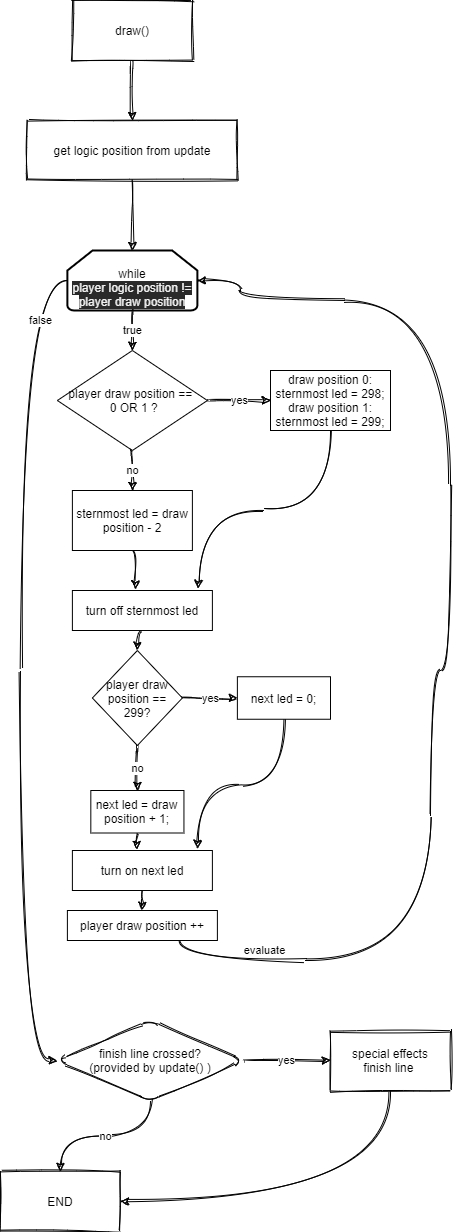
This is Doku/Diagramme/function_drawV2.png from cptwtf/ledrace, a draw.io export, as it was before one commit. Source tidied: cells renumbered, new cells last; positions are measured from the earlier drawing's top-left corner, leaving out a move shared by most shapes. The source it was exported from:
```xml
<mxGraphModel>
  <root>
    <mxCell id="0" />
    <mxCell id="1" parent="0" />
    <mxCell id="2" style="edgeStyle=orthogonalEdgeStyle;curved=1;rounded=1;sketch=1;jettySize=auto;html=1;entryX=0.5;entryY=0;entryDx=0;entryDy=0;shadow=0;" parent="1" edge="1" source="3" target="5">
      <mxGeometry relative="1" as="geometry" />
    </mxCell>
    <mxCell id="3" value="draw()" style="rounded=0;whiteSpace=wrap;html=1;shadow=0;sketch=1;" parent="1" vertex="1">
      <mxGeometry x="71.9" width="120" height="60" as="geometry" />
    </mxCell>
    <mxCell id="4" style="edgeStyle=orthogonalEdgeStyle;curved=1;rounded=1;sketch=1;jettySize=auto;html=1;exitX=0.5;exitY=1;exitDx=0;exitDy=0;shadow=0;entryX=0.5;entryY=0;entryDx=0;entryDy=0;entryPerimeter=0;" parent="1" edge="1" source="5" target="13">
      <mxGeometry relative="1" as="geometry" />
    </mxCell>
    <mxCell id="5" value="get logic position from update" style="rounded=0;whiteSpace=wrap;html=1;shadow=0;sketch=1;" parent="1" vertex="1">
      <mxGeometry x="26.9" y="120" width="210" height="60" as="geometry" />
    </mxCell>
    <mxCell id="6" value="yes" style="edgeStyle=orthogonalEdgeStyle;curved=1;rounded=1;sketch=1;jettySize=auto;html=1;exitX=1;exitY=0.5;exitDx=0;exitDy=0;entryX=0;entryY=0.5;entryDx=0;entryDy=0;shadow=0;" parent="1" edge="1" source="8" target="10">
      <mxGeometry relative="1" as="geometry" />
    </mxCell>
    <mxCell id="7" value="no" style="edgeStyle=orthogonalEdgeStyle;curved=1;rounded=1;sketch=1;jettySize=auto;html=1;exitX=0.5;exitY=1;exitDx=0;exitDy=0;shadow=0;entryX=0.5;entryY=0;entryDx=0;entryDy=0;" parent="1" edge="1" source="8" target="11">
      <mxGeometry relative="1" as="geometry" />
    </mxCell>
    <mxCell id="8" value="finish line crossed?&lt;br&gt;(provided by update() )" style="rhombus;whiteSpace=wrap;html=1;rounded=1;shadow=0;sketch=1;" parent="1" vertex="1">
      <mxGeometry x="56.9" y="1020" width="186.2" height="80" as="geometry" />
    </mxCell>
    <mxCell id="9" style="edgeStyle=orthogonalEdgeStyle;curved=1;rounded=1;sketch=1;jettySize=auto;html=1;exitX=0.5;exitY=1;exitDx=0;exitDy=0;entryX=1;entryY=0.5;entryDx=0;entryDy=0;shadow=0;" parent="1" edge="1" source="10" target="11">
      <mxGeometry relative="1" as="geometry" />
    </mxCell>
    <mxCell id="10" value="special effects&lt;br&gt;finish line&amp;nbsp;" style="rounded=0;whiteSpace=wrap;html=1;shadow=0;sketch=1;" parent="1" vertex="1">
      <mxGeometry x="330" y="1030" width="120" height="60" as="geometry" />
    </mxCell>
    <mxCell id="11" value="END" style="rounded=0;whiteSpace=wrap;html=1;shadow=0;sketch=1;" parent="1" vertex="1">
      <mxGeometry y="1171" width="120" height="60" as="geometry" />
    </mxCell>
    <mxCell id="12" value="false" style="edgeStyle=orthogonalEdgeStyle;curved=1;sketch=1;jettySize=auto;html=1;exitX=0;exitY=0.5;exitDx=0;exitDy=0;exitPerimeter=0;entryX=0;entryY=0.5;entryDx=0;entryDy=0;shadow=0;" parent="1" edge="1" source="13" target="8">
      <mxGeometry x="-0.8" y="20" relative="1" as="geometry">
        <Array as="points">
          <mxPoint x="20" y="280" />
          <mxPoint x="20" y="1060" />
        </Array>
      </mxGeometry>
    </mxCell>
    <mxCell id="13" value="&lt;br&gt;while&lt;br&gt;&lt;span style=&quot;color: rgb(240 , 240 , 240) ; font-family: &amp;#34;helvetica&amp;#34; ; font-size: 12px ; font-style: normal ; font-weight: 400 ; letter-spacing: normal ; text-align: center ; text-indent: 0px ; text-transform: none ; word-spacing: 0px ; background-color: rgb(42 , 42 , 42) ; display: inline ; float: none&quot;&gt;player logic position != player draw position&lt;/span&gt;" style="strokeWidth=2;html=1;shape=mxgraph.flowchart.loop_limit;whiteSpace=wrap;" parent="1" vertex="1">
      <mxGeometry x="66.9" y="250" width="130" height="60" as="geometry" />
    </mxCell>
    <mxCell id="14" value="evaluate" style="edgeStyle=orthogonalEdgeStyle;curved=1;sketch=1;jettySize=auto;html=1;entryX=1;entryY=0.5;entryDx=0;entryDy=0;entryPerimeter=0;shadow=0;exitX=0.75;exitY=1;exitDx=0;exitDy=0;" parent="1" edge="1" source="34" target="13">
      <mxGeometry x="-0.83" y="10" relative="1" as="geometry">
        <Array as="points">
          <mxPoint x="179" y="960" />
          <mxPoint x="430" y="960" />
          <mxPoint x="430" y="670" />
          <mxPoint x="450" y="670" />
          <mxPoint x="450" y="300" />
          <mxPoint x="240" y="300" />
          <mxPoint x="240" y="280" />
        </Array>
      </mxGeometry>
    </mxCell>
    <mxCell id="15" style="edgeStyle=orthogonalEdgeStyle;curved=1;sketch=1;jettySize=auto;html=1;exitX=0.5;exitY=1;exitDx=0;exitDy=0;entryX=1;entryY=0.5;entryDx=0;entryDy=0;shadow=0;" parent="1" edge="1" source="16" target="27">
      <mxGeometry relative="1" as="geometry" />
    </mxCell>
    <mxCell id="16" value="turn off sternmost led" style="rounded=0;whiteSpace=wrap;html=1;" parent="1" vertex="1">
      <mxGeometry x="71.9" y="590" width="140" height="40" as="geometry" />
    </mxCell>
    <mxCell id="17" value="yes" style="edgeStyle=orthogonalEdgeStyle;curved=1;sketch=1;jettySize=auto;html=1;exitX=1;exitY=0.5;exitDx=0;exitDy=0;entryX=0;entryY=0.5;entryDx=0;entryDy=0;shadow=0;" parent="1" edge="1" source="18" target="24">
      <mxGeometry relative="1" as="geometry" />
    </mxCell>
    <mxCell id="18" value="player draw position ==&amp;nbsp;&lt;br&gt;&amp;nbsp;0 OR 1 ?" style="rhombus;whiteSpace=wrap;html=1;" parent="1" vertex="1">
      <mxGeometry x="56.9" y="350" width="150" height="100" as="geometry" />
    </mxCell>
    <mxCell id="19" value="true" style="edgeStyle=orthogonalEdgeStyle;curved=1;sketch=1;jettySize=auto;html=1;exitX=0.5;exitY=1;exitDx=0;exitDy=0;exitPerimeter=0;entryX=0.5;entryY=0;entryDx=0;entryDy=0;shadow=0;" parent="1" edge="1" source="13" target="18">
      <mxGeometry relative="1" as="geometry" />
    </mxCell>
    <mxCell id="20" style="edgeStyle=orthogonalEdgeStyle;curved=1;sketch=1;jettySize=auto;html=1;exitX=0.5;exitY=1;exitDx=0;exitDy=0;entryX=0.452;entryY=-0.033;entryDx=0;entryDy=0;entryPerimeter=0;shadow=0;" parent="1" edge="1" source="21" target="16">
      <mxGeometry relative="1" as="geometry" />
    </mxCell>
    <mxCell id="21" value="sternmost led = draw position - 2" style="rounded=0;whiteSpace=wrap;html=1;" parent="1" vertex="1">
      <mxGeometry x="71.9" y="490" width="120" height="60" as="geometry" />
    </mxCell>
    <mxCell id="22" value="no" style="edgeStyle=orthogonalEdgeStyle;curved=1;sketch=1;jettySize=auto;html=1;exitX=0.5;exitY=1;exitDx=0;exitDy=0;exitPerimeter=0;entryX=0.5;entryY=0;entryDx=0;entryDy=0;shadow=0;" parent="1" edge="1" source="18" target="21">
      <mxGeometry relative="1" as="geometry" />
    </mxCell>
    <mxCell id="23" style="edgeStyle=orthogonalEdgeStyle;curved=1;sketch=1;jettySize=auto;html=1;exitX=0.5;exitY=1;exitDx=0;exitDy=0;entryX=0.9;entryY=-0.05;entryDx=0;entryDy=0;entryPerimeter=0;shadow=0;" parent="1" edge="1" source="24" target="16">
      <mxGeometry relative="1" as="geometry" />
    </mxCell>
    <mxCell id="24" value="draw position 0: sternmost led = 298;&lt;br&gt;draw position 1:&lt;br&gt;sternmost led = 299;" style="rounded=0;whiteSpace=wrap;html=1;" parent="1" vertex="1">
      <mxGeometry x="270" y="370" width="120" height="60" as="geometry" />
    </mxCell>
    <mxCell id="25" value="yes" style="edgeStyle=orthogonalEdgeStyle;curved=1;sketch=1;jettySize=auto;html=1;exitX=0.5;exitY=1;exitDx=0;exitDy=0;shadow=0;entryX=0;entryY=0.5;entryDx=0;entryDy=0;" parent="1" edge="1" source="27" target="29">
      <mxGeometry relative="1" as="geometry" />
    </mxCell>
    <mxCell id="26" value="no" style="edgeStyle=orthogonalEdgeStyle;curved=1;sketch=1;jettySize=auto;html=1;exitX=0;exitY=0.5;exitDx=0;exitDy=0;shadow=0;entryX=0.5;entryY=0;entryDx=0;entryDy=0;" parent="1" edge="1" source="27" target="31">
      <mxGeometry relative="1" as="geometry" />
    </mxCell>
    <mxCell id="27" value="player draw position == 299?" style="rhombus;whiteSpace=wrap;html=1;direction=north;" parent="1" vertex="1">
      <mxGeometry x="91.9" y="650" width="90" height="95" as="geometry" />
    </mxCell>
    <mxCell id="28" style="edgeStyle=orthogonalEdgeStyle;curved=1;sketch=1;jettySize=auto;html=1;exitX=0.5;exitY=1;exitDx=0;exitDy=0;entryX=0.894;entryY=-0.05;entryDx=0;entryDy=0;entryPerimeter=0;shadow=0;" parent="1" edge="1" source="29" target="33">
      <mxGeometry relative="1" as="geometry" />
    </mxCell>
    <mxCell id="29" value="next led = 0;" style="rounded=0;whiteSpace=wrap;html=1;" parent="1" vertex="1">
      <mxGeometry x="236.9" y="676.2" width="93.1" height="42.5" as="geometry" />
    </mxCell>
    <mxCell id="30" style="edgeStyle=orthogonalEdgeStyle;curved=1;sketch=1;jettySize=auto;html=1;exitX=0.5;exitY=1;exitDx=0;exitDy=0;entryX=0.458;entryY=-0.025;entryDx=0;entryDy=0;entryPerimeter=0;shadow=0;" parent="1" edge="1" source="31" target="33">
      <mxGeometry relative="1" as="geometry" />
    </mxCell>
    <mxCell id="31" value="next led = draw position + 1;" style="rounded=0;whiteSpace=wrap;html=1;" parent="1" vertex="1">
      <mxGeometry x="90.3" y="790" width="93.1" height="42.5" as="geometry" />
    </mxCell>
    <mxCell id="32" style="edgeStyle=orthogonalEdgeStyle;curved=1;sketch=1;jettySize=auto;html=1;exitX=0.5;exitY=1;exitDx=0;exitDy=0;entryX=0.5;entryY=0;entryDx=0;entryDy=0;shadow=0;" parent="1" edge="1" source="33" target="34">
      <mxGeometry relative="1" as="geometry" />
    </mxCell>
    <mxCell id="33" value="turn on next led" style="rounded=0;whiteSpace=wrap;html=1;" parent="1" vertex="1">
      <mxGeometry x="71.9" y="850" width="140" height="40" as="geometry" />
    </mxCell>
    <mxCell id="34" value="player draw position ++" style="rounded=0;whiteSpace=wrap;html=1;" parent="1" vertex="1">
      <mxGeometry x="66.9" y="910" width="150" height="30" as="geometry" />
    </mxCell>
  </root>
</mxGraphModel>
```
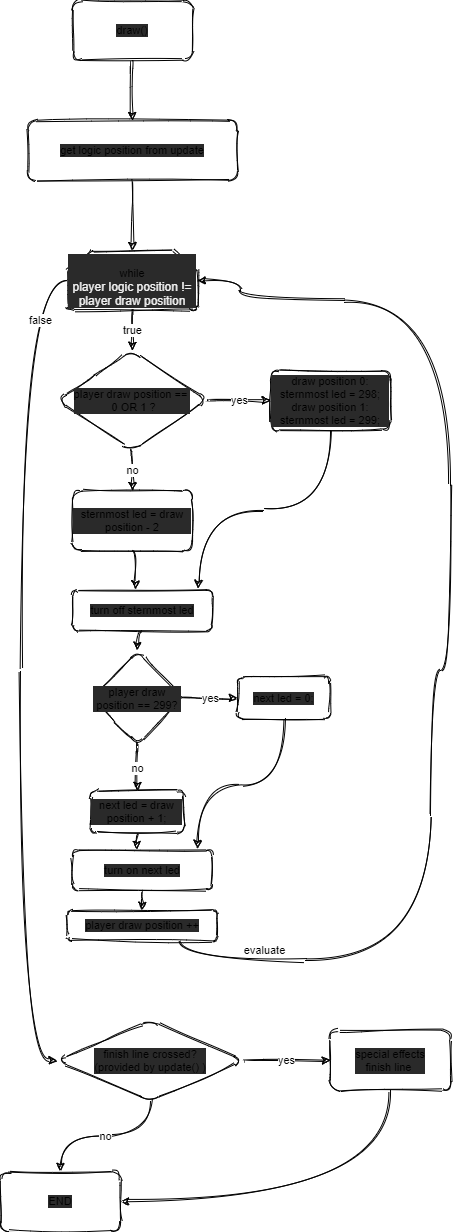
Later version of the same file.

Change to the diagram source:
```diff
@@ -5,13 +5,13 @@
     <mxCell id="2" style="edgeStyle=orthogonalEdgeStyle;curved=1;rounded=1;sketch=1;jettySize=auto;html=1;entryX=0.5;entryY=0;entryDx=0;entryDy=0;shadow=0;" parent="1" edge="1" source="3" target="5">
       <mxGeometry relative="1" as="geometry" />
     </mxCell>
-    <mxCell id="3" value="draw()" style="rounded=0;whiteSpace=wrap;html=1;shadow=0;sketch=1;" parent="1" vertex="1">
+    <mxCell id="3" value="draw()" style="rounded=1;whiteSpace=wrap;html=1;shadow=0;sketch=1;fontSize=11;labelBackgroundColor=#2a2a2a;endArrow=classic;" parent="1" vertex="1">
       <mxGeometry x="71.9" width="120" height="60" as="geometry" />
     </mxCell>
     <mxCell id="4" style="edgeStyle=orthogonalEdgeStyle;curved=1;rounded=1;sketch=1;jettySize=auto;html=1;exitX=0.5;exitY=1;exitDx=0;exitDy=0;shadow=0;entryX=0.5;entryY=0;entryDx=0;entryDy=0;entryPerimeter=0;" parent="1" edge="1" source="5" target="13">
       <mxGeometry relative="1" as="geometry" />
     </mxCell>
-    <mxCell id="5" value="get logic position from update" style="rounded=0;whiteSpace=wrap;html=1;shadow=0;sketch=1;" parent="1" vertex="1">
+    <mxCell id="5" value="get logic position from update" style="rounded=1;whiteSpace=wrap;html=1;shadow=0;sketch=1;fontSize=11;labelBackgroundColor=#2a2a2a;endArrow=classic;" parent="1" vertex="1">
       <mxGeometry x="26.9" y="120" width="210" height="60" as="geometry" />
     </mxCell>
     <mxCell id="6" value="yes" style="edgeStyle=orthogonalEdgeStyle;curved=1;rounded=1;sketch=1;jettySize=auto;html=1;exitX=1;exitY=0.5;exitDx=0;exitDy=0;entryX=0;entryY=0.5;entryDx=0;entryDy=0;shadow=0;" parent="1" edge="1" source="8" target="10">
@@ -20,16 +20,16 @@
     <mxCell id="7" value="no" style="edgeStyle=orthogonalEdgeStyle;curved=1;rounded=1;sketch=1;jettySize=auto;html=1;exitX=0.5;exitY=1;exitDx=0;exitDy=0;shadow=0;entryX=0.5;entryY=0;entryDx=0;entryDy=0;" parent="1" edge="1" source="8" target="11">
       <mxGeometry relative="1" as="geometry" />
     </mxCell>
-    <mxCell id="8" value="finish line crossed?&lt;br&gt;(provided by update() )" style="rhombus;whiteSpace=wrap;html=1;rounded=1;shadow=0;sketch=1;" parent="1" vertex="1">
+    <mxCell id="8" value="finish line crossed?&lt;br&gt;(provided by update() )" style="rhombus;whiteSpace=wrap;html=1;rounded=1;shadow=0;sketch=1;fontSize=11;labelBackgroundColor=#2a2a2a;endArrow=classic;" parent="1" vertex="1">
       <mxGeometry x="56.9" y="1020" width="186.2" height="80" as="geometry" />
     </mxCell>
     <mxCell id="9" style="edgeStyle=orthogonalEdgeStyle;curved=1;rounded=1;sketch=1;jettySize=auto;html=1;exitX=0.5;exitY=1;exitDx=0;exitDy=0;entryX=1;entryY=0.5;entryDx=0;entryDy=0;shadow=0;" parent="1" edge="1" source="10" target="11">
       <mxGeometry relative="1" as="geometry" />
     </mxCell>
-    <mxCell id="10" value="special effects&lt;br&gt;finish line&amp;nbsp;" style="rounded=0;whiteSpace=wrap;html=1;shadow=0;sketch=1;" parent="1" vertex="1">
+    <mxCell id="10" value="special effects&lt;br&gt;finish line&amp;nbsp;" style="rounded=1;whiteSpace=wrap;html=1;shadow=0;sketch=1;fontSize=11;labelBackgroundColor=#2a2a2a;endArrow=classic;" parent="1" vertex="1">
       <mxGeometry x="330" y="1030" width="120" height="60" as="geometry" />
     </mxCell>
-    <mxCell id="11" value="END" style="rounded=0;whiteSpace=wrap;html=1;shadow=0;sketch=1;" parent="1" vertex="1">
+    <mxCell id="11" value="END" style="rounded=1;whiteSpace=wrap;html=1;shadow=0;sketch=1;fontSize=11;labelBackgroundColor=#2a2a2a;endArrow=classic;" parent="1" vertex="1">
       <mxGeometry y="1171" width="120" height="60" as="geometry" />
     </mxCell>
     <mxCell id="12" value="false" style="edgeStyle=orthogonalEdgeStyle;curved=1;sketch=1;jettySize=auto;html=1;exitX=0;exitY=0.5;exitDx=0;exitDy=0;exitPerimeter=0;entryX=0;entryY=0.5;entryDx=0;entryDy=0;shadow=0;" parent="1" edge="1" source="13" target="8">
@@ -40,7 +40,7 @@
         </Array>
       </mxGeometry>
     </mxCell>
-    <mxCell id="13" value="&lt;br&gt;while&lt;br&gt;&lt;span style=&quot;color: rgb(240 , 240 , 240) ; font-family: &amp;#34;helvetica&amp;#34; ; font-size: 12px ; font-style: normal ; font-weight: 400 ; letter-spacing: normal ; text-align: center ; text-indent: 0px ; text-transform: none ; word-spacing: 0px ; background-color: rgb(42 , 42 , 42) ; display: inline ; float: none&quot;&gt;player logic position != player draw position&lt;/span&gt;" style="strokeWidth=2;html=1;shape=mxgraph.flowchart.loop_limit;whiteSpace=wrap;" parent="1" vertex="1">
+    <mxCell id="13" value="&lt;br&gt;while&lt;br&gt;&lt;span style=&quot;color: rgb(240 , 240 , 240) ; font-family: &amp;#34;helvetica&amp;#34; ; font-size: 12px ; font-style: normal ; font-weight: 400 ; letter-spacing: normal ; text-align: center ; text-indent: 0px ; text-transform: none ; word-spacing: 0px ; background-color: rgb(42 , 42 , 42) ; display: inline ; float: none&quot;&gt;player logic position != player draw position&lt;/span&gt;" style="html=1;shape=mxgraph.flowchart.loop_limit;whiteSpace=wrap;rounded=1;shadow=0;fontSize=11;labelBackgroundColor=#2a2a2a;endArrow=classic;sketch=1;" parent="1" vertex="1">
       <mxGeometry x="66.9" y="250" width="130" height="60" as="geometry" />
     </mxCell>
     <mxCell id="14" value="evaluate" style="edgeStyle=orthogonalEdgeStyle;curved=1;sketch=1;jettySize=auto;html=1;entryX=1;entryY=0.5;entryDx=0;entryDy=0;entryPerimeter=0;shadow=0;exitX=0.75;exitY=1;exitDx=0;exitDy=0;" parent="1" edge="1" source="34" target="13">
@@ -59,13 +59,13 @@
     <mxCell id="15" style="edgeStyle=orthogonalEdgeStyle;curved=1;sketch=1;jettySize=auto;html=1;exitX=0.5;exitY=1;exitDx=0;exitDy=0;entryX=1;entryY=0.5;entryDx=0;entryDy=0;shadow=0;" parent="1" edge="1" source="16" target="27">
       <mxGeometry relative="1" as="geometry" />
     </mxCell>
-    <mxCell id="16" value="turn off sternmost led" style="rounded=0;whiteSpace=wrap;html=1;" parent="1" vertex="1">
+    <mxCell id="16" value="turn off sternmost led" style="rounded=1;whiteSpace=wrap;html=1;shadow=0;fontSize=11;labelBackgroundColor=#2a2a2a;endArrow=classic;sketch=1;" parent="1" vertex="1">
       <mxGeometry x="71.9" y="590" width="140" height="40" as="geometry" />
     </mxCell>
     <mxCell id="17" value="yes" style="edgeStyle=orthogonalEdgeStyle;curved=1;sketch=1;jettySize=auto;html=1;exitX=1;exitY=0.5;exitDx=0;exitDy=0;entryX=0;entryY=0.5;entryDx=0;entryDy=0;shadow=0;" parent="1" edge="1" source="18" target="24">
       <mxGeometry relative="1" as="geometry" />
     </mxCell>
-    <mxCell id="18" value="player draw position ==&amp;nbsp;&lt;br&gt;&amp;nbsp;0 OR 1 ?" style="rhombus;whiteSpace=wrap;html=1;" parent="1" vertex="1">
+    <mxCell id="18" value="player draw position ==&amp;nbsp;&lt;br&gt;&amp;nbsp;0 OR 1 ?" style="rhombus;whiteSpace=wrap;html=1;rounded=1;shadow=0;fontSize=11;labelBackgroundColor=#2a2a2a;endArrow=classic;sketch=1;" parent="1" vertex="1">
       <mxGeometry x="56.9" y="350" width="150" height="100" as="geometry" />
     </mxCell>
     <mxCell id="19" value="true" style="edgeStyle=orthogonalEdgeStyle;curved=1;sketch=1;jettySize=auto;html=1;exitX=0.5;exitY=1;exitDx=0;exitDy=0;exitPerimeter=0;entryX=0.5;entryY=0;entryDx=0;entryDy=0;shadow=0;" parent="1" edge="1" source="13" target="18">
@@ -74,7 +74,7 @@
     <mxCell id="20" style="edgeStyle=orthogonalEdgeStyle;curved=1;sketch=1;jettySize=auto;html=1;exitX=0.5;exitY=1;exitDx=0;exitDy=0;entryX=0.452;entryY=-0.033;entryDx=0;entryDy=0;entryPerimeter=0;shadow=0;" parent="1" edge="1" source="21" target="16">
       <mxGeometry relative="1" as="geometry" />
     </mxCell>
-    <mxCell id="21" value="sternmost led = draw position - 2" style="rounded=0;whiteSpace=wrap;html=1;" parent="1" vertex="1">
+    <mxCell id="21" value="sternmost led = draw position - 2" style="rounded=1;whiteSpace=wrap;html=1;shadow=0;fontSize=11;labelBackgroundColor=#2a2a2a;endArrow=classic;sketch=1;" parent="1" vertex="1">
       <mxGeometry x="71.9" y="490" width="120" height="60" as="geometry" />
     </mxCell>
     <mxCell id="22" value="no" style="edgeStyle=orthogonalEdgeStyle;curved=1;sketch=1;jettySize=auto;html=1;exitX=0.5;exitY=1;exitDx=0;exitDy=0;exitPerimeter=0;entryX=0.5;entryY=0;entryDx=0;entryDy=0;shadow=0;" parent="1" edge="1" source="18" target="21">
@@ -83,7 +83,7 @@
     <mxCell id="23" style="edgeStyle=orthogonalEdgeStyle;curved=1;sketch=1;jettySize=auto;html=1;exitX=0.5;exitY=1;exitDx=0;exitDy=0;entryX=0.9;entryY=-0.05;entryDx=0;entryDy=0;entryPerimeter=0;shadow=0;" parent="1" edge="1" source="24" target="16">
       <mxGeometry relative="1" as="geometry" />
     </mxCell>
-    <mxCell id="24" value="draw position 0: sternmost led = 298;&lt;br&gt;draw position 1:&lt;br&gt;sternmost led = 299;" style="rounded=0;whiteSpace=wrap;html=1;" parent="1" vertex="1">
+    <mxCell id="24" value="draw position 0: sternmost led = 298;&lt;br&gt;draw position 1:&lt;br&gt;sternmost led = 299;" style="rounded=1;whiteSpace=wrap;html=1;shadow=0;fontSize=11;labelBackgroundColor=#2a2a2a;endArrow=classic;sketch=1;" parent="1" vertex="1">
       <mxGeometry x="270" y="370" width="120" height="60" as="geometry" />
     </mxCell>
     <mxCell id="25" value="yes" style="edgeStyle=orthogonalEdgeStyle;curved=1;sketch=1;jettySize=auto;html=1;exitX=0.5;exitY=1;exitDx=0;exitDy=0;shadow=0;entryX=0;entryY=0.5;entryDx=0;entryDy=0;" parent="1" edge="1" source="27" target="29">
@@ -92,28 +92,28 @@
     <mxCell id="26" value="no" style="edgeStyle=orthogonalEdgeStyle;curved=1;sketch=1;jettySize=auto;html=1;exitX=0;exitY=0.5;exitDx=0;exitDy=0;shadow=0;entryX=0.5;entryY=0;entryDx=0;entryDy=0;" parent="1" edge="1" source="27" target="31">
       <mxGeometry relative="1" as="geometry" />
     </mxCell>
-    <mxCell id="27" value="player draw position == 299?" style="rhombus;whiteSpace=wrap;html=1;direction=north;" parent="1" vertex="1">
+    <mxCell id="27" value="player draw position == 299?" style="rhombus;whiteSpace=wrap;html=1;direction=north;rounded=1;shadow=0;fontSize=11;labelBackgroundColor=#2a2a2a;endArrow=classic;sketch=1;" parent="1" vertex="1">
       <mxGeometry x="91.9" y="650" width="90" height="95" as="geometry" />
     </mxCell>
     <mxCell id="28" style="edgeStyle=orthogonalEdgeStyle;curved=1;sketch=1;jettySize=auto;html=1;exitX=0.5;exitY=1;exitDx=0;exitDy=0;entryX=0.894;entryY=-0.05;entryDx=0;entryDy=0;entryPerimeter=0;shadow=0;" parent="1" edge="1" source="29" target="33">
       <mxGeometry relative="1" as="geometry" />
     </mxCell>
-    <mxCell id="29" value="next led = 0;" style="rounded=0;whiteSpace=wrap;html=1;" parent="1" vertex="1">
+    <mxCell id="29" value="next led = 0;" style="rounded=1;whiteSpace=wrap;html=1;shadow=0;fontSize=11;labelBackgroundColor=#2a2a2a;endArrow=classic;sketch=1;" parent="1" vertex="1">
       <mxGeometry x="236.9" y="676.2" width="93.1" height="42.5" as="geometry" />
     </mxCell>
     <mxCell id="30" style="edgeStyle=orthogonalEdgeStyle;curved=1;sketch=1;jettySize=auto;html=1;exitX=0.5;exitY=1;exitDx=0;exitDy=0;entryX=0.458;entryY=-0.025;entryDx=0;entryDy=0;entryPerimeter=0;shadow=0;" parent="1" edge="1" source="31" target="33">
       <mxGeometry relative="1" as="geometry" />
     </mxCell>
-    <mxCell id="31" value="next led = draw position + 1;" style="rounded=0;whiteSpace=wrap;html=1;" parent="1" vertex="1">
+    <mxCell id="31" value="next led = draw position + 1;" style="rounded=1;whiteSpace=wrap;html=1;shadow=0;fontSize=11;labelBackgroundColor=#2a2a2a;endArrow=classic;sketch=1;" parent="1" vertex="1">
       <mxGeometry x="90.3" y="790" width="93.1" height="42.5" as="geometry" />
     </mxCell>
     <mxCell id="32" style="edgeStyle=orthogonalEdgeStyle;curved=1;sketch=1;jettySize=auto;html=1;exitX=0.5;exitY=1;exitDx=0;exitDy=0;entryX=0.5;entryY=0;entryDx=0;entryDy=0;shadow=0;" parent="1" edge="1" source="33" target="34">
       <mxGeometry relative="1" as="geometry" />
     </mxCell>
-    <mxCell id="33" value="turn on next led" style="rounded=0;whiteSpace=wrap;html=1;" parent="1" vertex="1">
+    <mxCell id="33" value="turn on next led" style="rounded=1;whiteSpace=wrap;html=1;shadow=0;fontSize=11;labelBackgroundColor=#2a2a2a;endArrow=classic;sketch=1;" parent="1" vertex="1">
       <mxGeometry x="71.9" y="850" width="140" height="40" as="geometry" />
     </mxCell>
-    <mxCell id="34" value="player draw position ++" style="rounded=0;whiteSpace=wrap;html=1;" parent="1" vertex="1">
+    <mxCell id="34" value="player draw position ++" style="rounded=1;whiteSpace=wrap;html=1;shadow=0;fontSize=11;labelBackgroundColor=#2a2a2a;endArrow=classic;sketch=1;" parent="1" vertex="1">
       <mxGeometry x="66.9" y="910" width="150" height="30" as="geometry" />
     </mxCell>
   </root>
```
